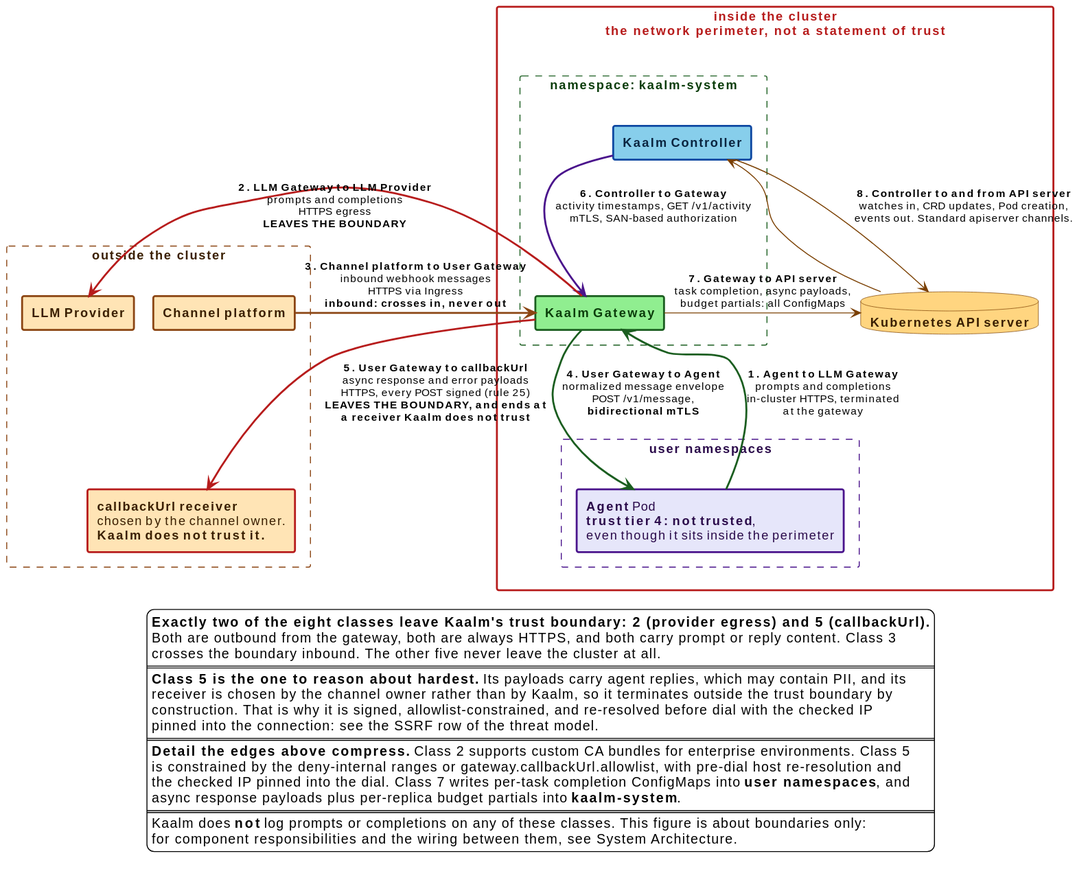
win07xp/kaalm keeps this PlantUML diagram as docs/src/diagrams/trust-boundaries.svg. Above is the earlier version.
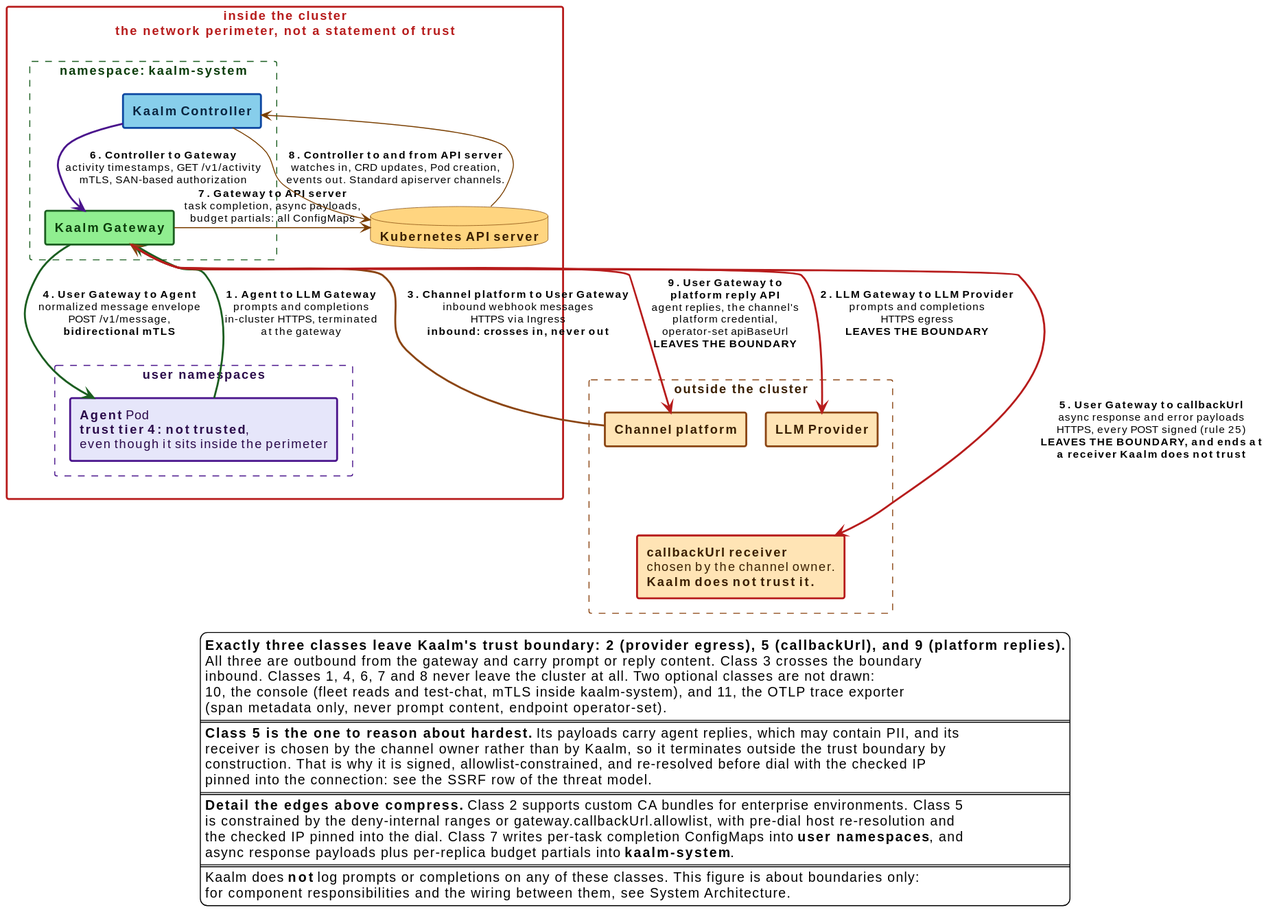
The same diagram one commit later.

What changed in the source:
```diff
@@ -45,12 +45,16 @@
 
 GW -[#B71C1C,bold]-> CB : **5. User Gateway to callbackUrl**\nasync response and error payloads\nHTTPS, every POST signed (rule 25)\n**LEAVES THE BOUNDARY, and ends at**\n**a receiver Kaalm does not trust**
 
+GW -[#B71C1C,bold]-> PLAT : **9. User Gateway to**\n**platform reply API**\nagent replies, the channel's\nplatform credential,\noperator-set apiBaseUrl\n**LEAVES THE BOUNDARY**
+
 PLAT -[hidden]down- CB
 
 legend bottom
-  **Exactly two of the eight classes leave Kaalm's trust boundary: 2 (provider egress) and 5 (callbackUrl).**
-  Both are outbound from the gateway, both are always HTTPS, and both carry prompt or reply content. Class 3
-  crosses the boundary inbound. The other five never leave the cluster at all.
+  **Exactly three classes leave Kaalm's trust boundary: 2 (provider egress), 5 (callbackUrl), and 9 (platform replies).**
+  All three are outbound from the gateway and carry prompt or reply content. Class 3 crosses the boundary
+  inbound. Classes 1, 4, 6, 7 and 8 never leave the cluster at all. Two optional classes are not drawn:
+  10, the console (fleet reads and test-chat, mTLS inside kaalm-system), and 11, the OTLP trace exporter
+  (span metadata only, never prompt content, endpoint operator-set).
   ====
   **Class 5 is the one to reason about hardest.** Its payloads carry agent replies, which may contain PII, and its
   receiver is chosen by the channel owner rather than by Kaalm, so it terminates outside the trust boundary by
```
